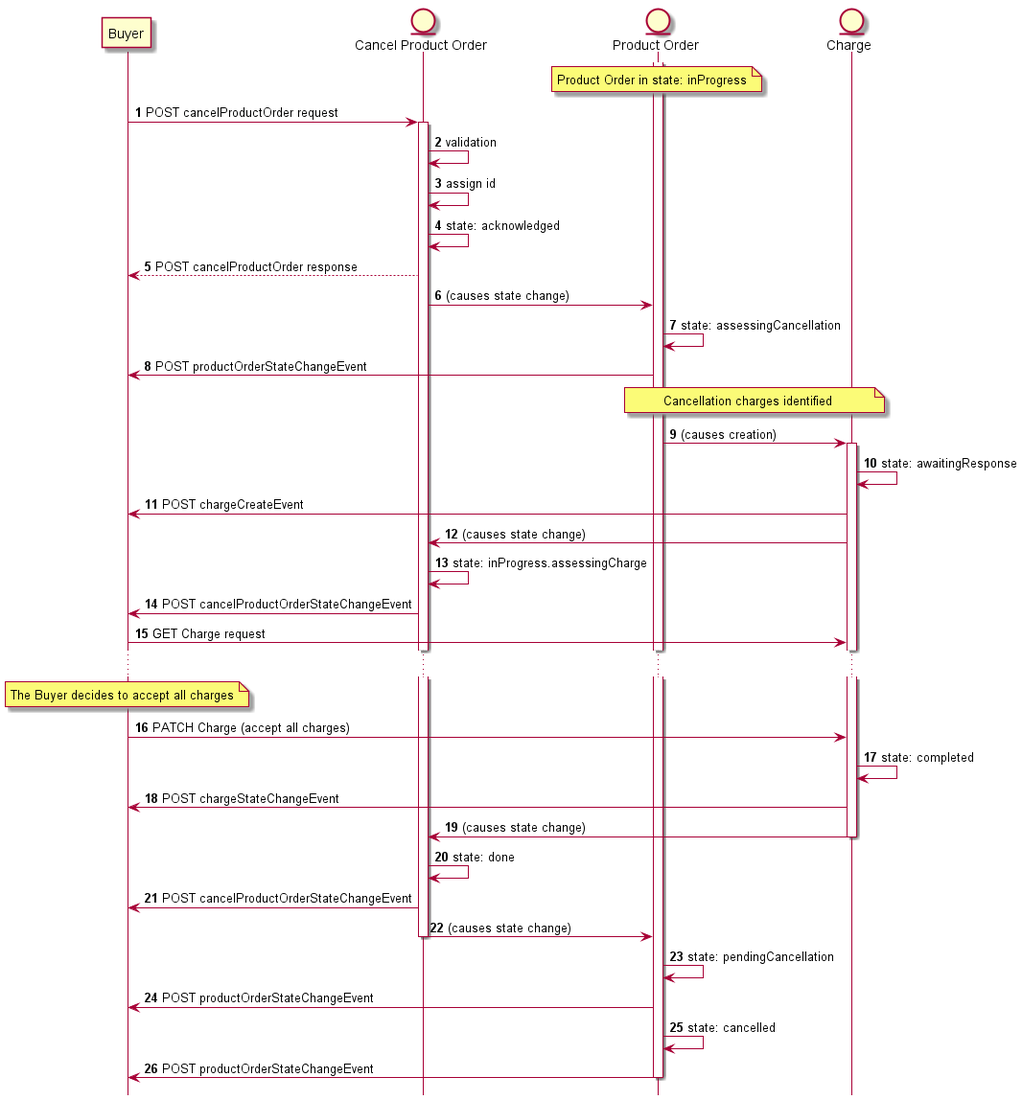
The PlantUML diagram documentation/productApi/order/media/useCase11cChargeCancel.png in MEF-GIT/MEF-LSO-Sonata-SDK, before a commit. Its diagram source:
```plantuml
@startuml

hide footbox

participant Buyer
entity "Cancel Product Order" as CPO
entity "Product Order" as PO
entity Charge

autonumber
activate PO
note over PO: Product Order in state: inProgress
Buyer -> CPO : POST cancelProductOrder request
activate CPO
CPO -> CPO: validation
CPO -> CPO: assign id
CPO -> CPO: state: acknowledged
CPO --> Buyer: POST cancelProductOrder response

CPO -> PO: (causes state change)
PO -> PO: state: assessingCancellation
PO -> Buyer: POST productOrderStateChangeEvent

note over PO, Charge: Cancellation charges identified

PO -> Charge: (causes creation)
activate Charge

Charge -> Charge: state: awaitingResponse
Charge -> Buyer: POST chargeCreateEvent
Charge -> CPO: (causes state change)
CPO -> CPO: state: inProgress.assessingCharge
CPO -> Buyer: POST cancelProductOrderStateChangeEvent
Buyer -> Charge: GET Charge request

...
note over Buyer: The Buyer decides to accept all charges
Buyer -> Charge: PATCH Charge (accept all charges)

Charge -> Charge: state: completed
Charge -> Buyer: POST chargeStateChangeEvent
Charge -> CPO: (causes state change)
deactivate Charge
CPO -> CPO: state: done
CPO -> Buyer: POST cancelProductOrderStateChangeEvent
CPO -> PO: (causes state change)
deactivate CPO

PO -> PO: state: pendingCancellation
PO -> Buyer: POST productOrderStateChangeEvent
PO -> PO: state: cancelled
PO -> Buyer: POST productOrderStateChangeEvent
deactivate PO

@enduml
```
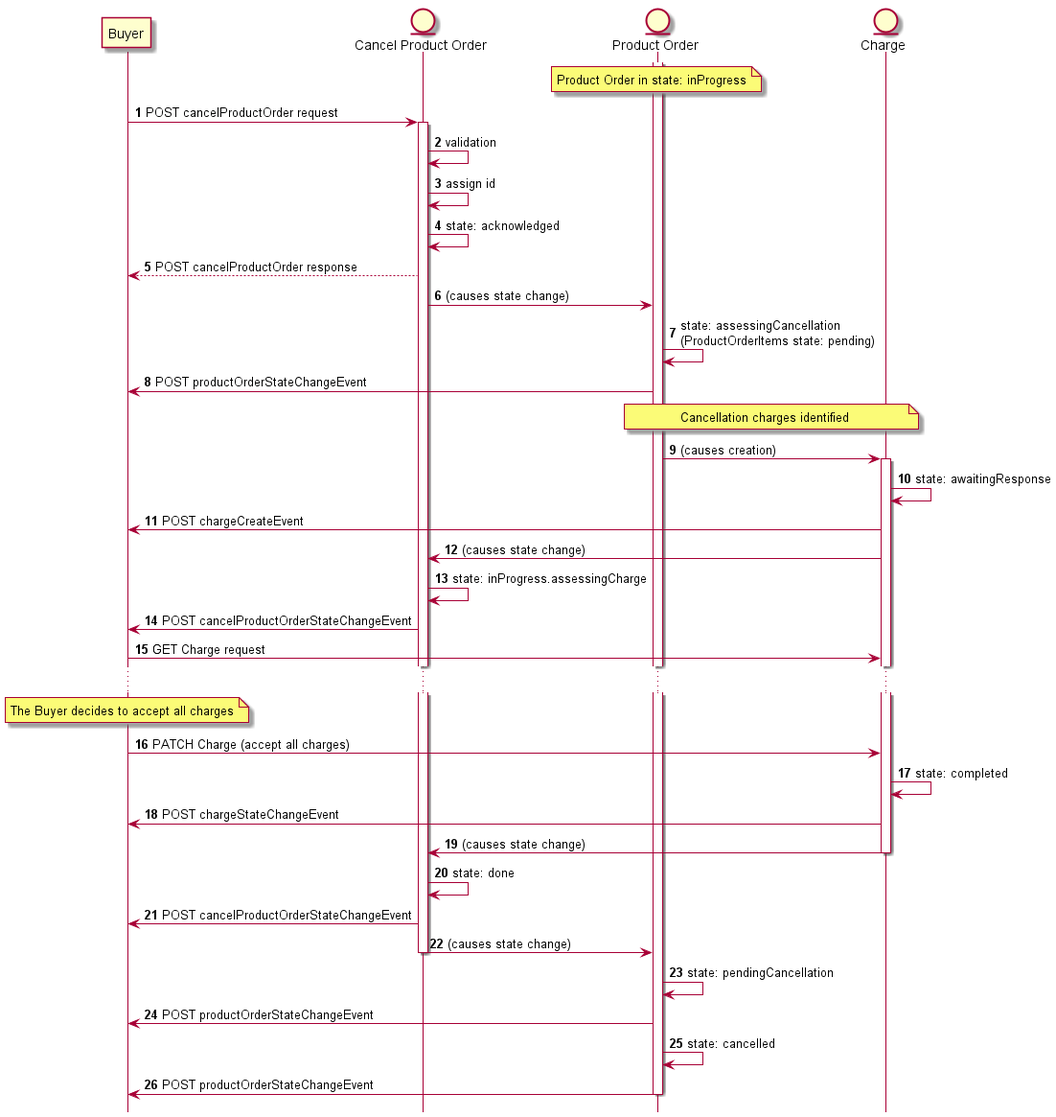
Later version of the same file.

Diff of the diagram source:
```diff
@@ -18,7 +18,7 @@
 CPO --> Buyer: POST cancelProductOrder response
 
 CPO -> PO: (causes state change)
-PO -> PO: state: assessingCancellation
+PO -> PO: state: assessingCancellation \n(ProductOrderItems state: pending)
 PO -> Buyer: POST productOrderStateChangeEvent
 
 note over PO, Charge: Cancellation charges identified
```
